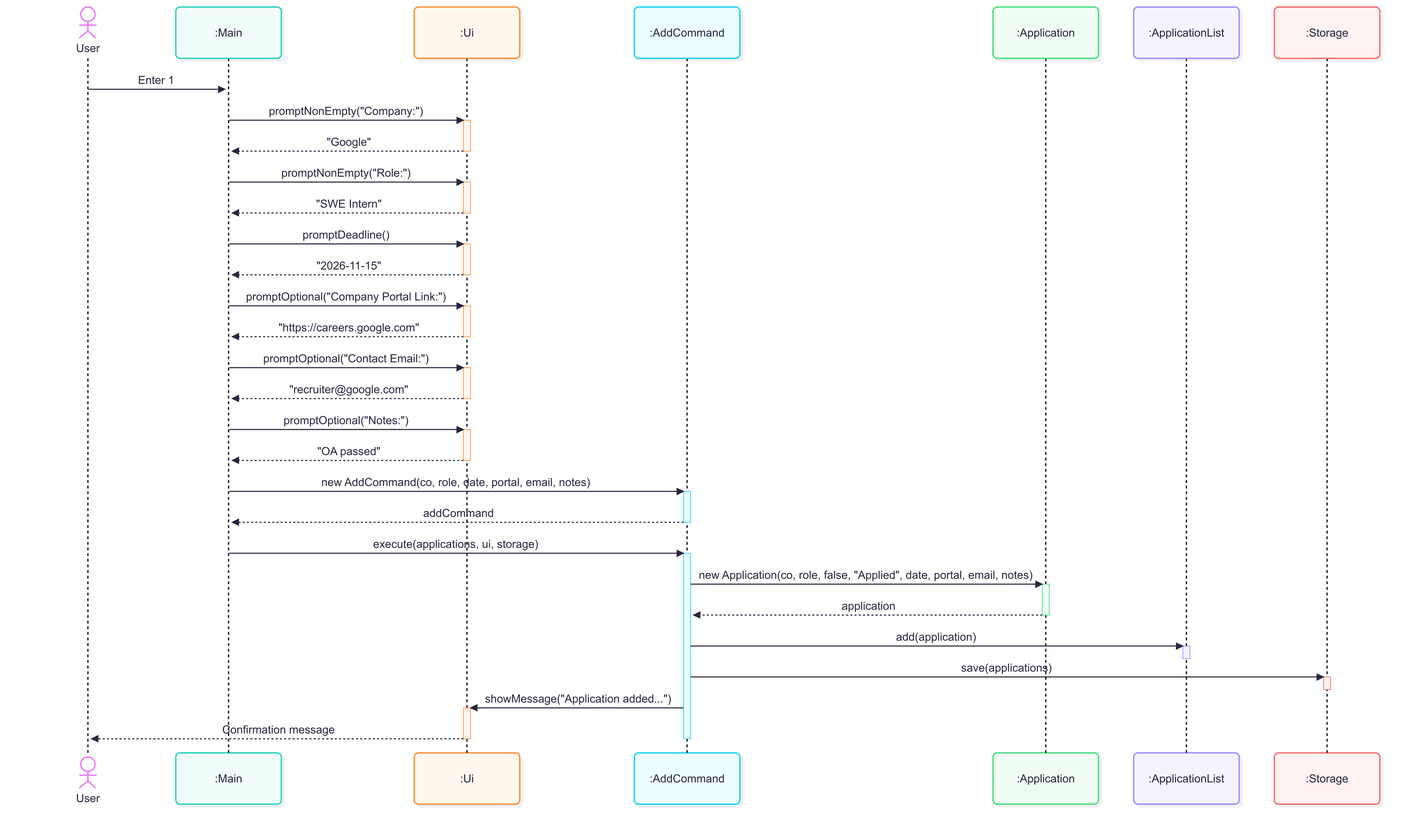
Before: docs/diagrams/add-application-sequence.png, a diagram exported from Mermaid (AY2627S1-CS2113-T10-2/tp). Its source is kept beside it as docs/diagrams/sources/add-application-sequence.mmd.
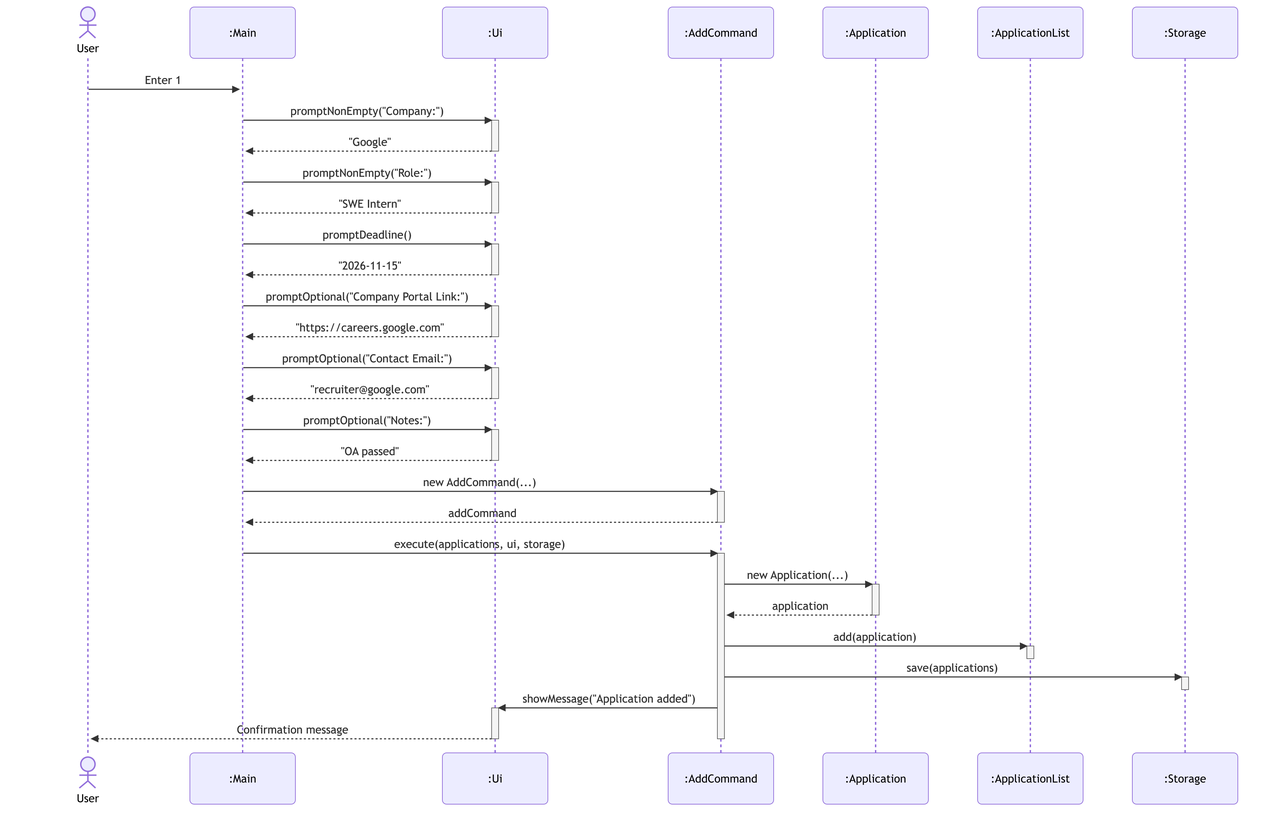
Above is the later version.

Diff of the diagram source:
```diff
@@ -1,3 +1,4 @@
+%%{init: {'theme': 'default', 'sequence': {'actorMargin': 70, 'messageMargin': 45}}}%%
 sequenceDiagram
     actor user as User
     participant main as :Main
@@ -33,14 +34,14 @@
     ui-->>main: "OA passed"
     deactivate ui
 
-    main->>cmd: new AddCommand(co, role, date, portal, email, notes)
+    main->>cmd: new AddCommand(...)
     activate cmd
     cmd-->>main: addCommand
     deactivate cmd
 
     main->>cmd: execute(applications, ui, storage)
     activate cmd
-    cmd->>app: new Application(co, role, false, "Applied", date, portal, email, notes)
+    cmd->>app: new Application(...)
     activate app
     app-->>cmd: application
     deactivate app
@@ -50,7 +51,7 @@
     cmd->>storage: save(applications)
     activate storage
     deactivate storage
-    cmd->>ui: showMessage("Application added...")
+    cmd->>ui: showMessage("Application added")
     activate ui
     ui-->>user: Confirmation message
     deactivate ui
```
